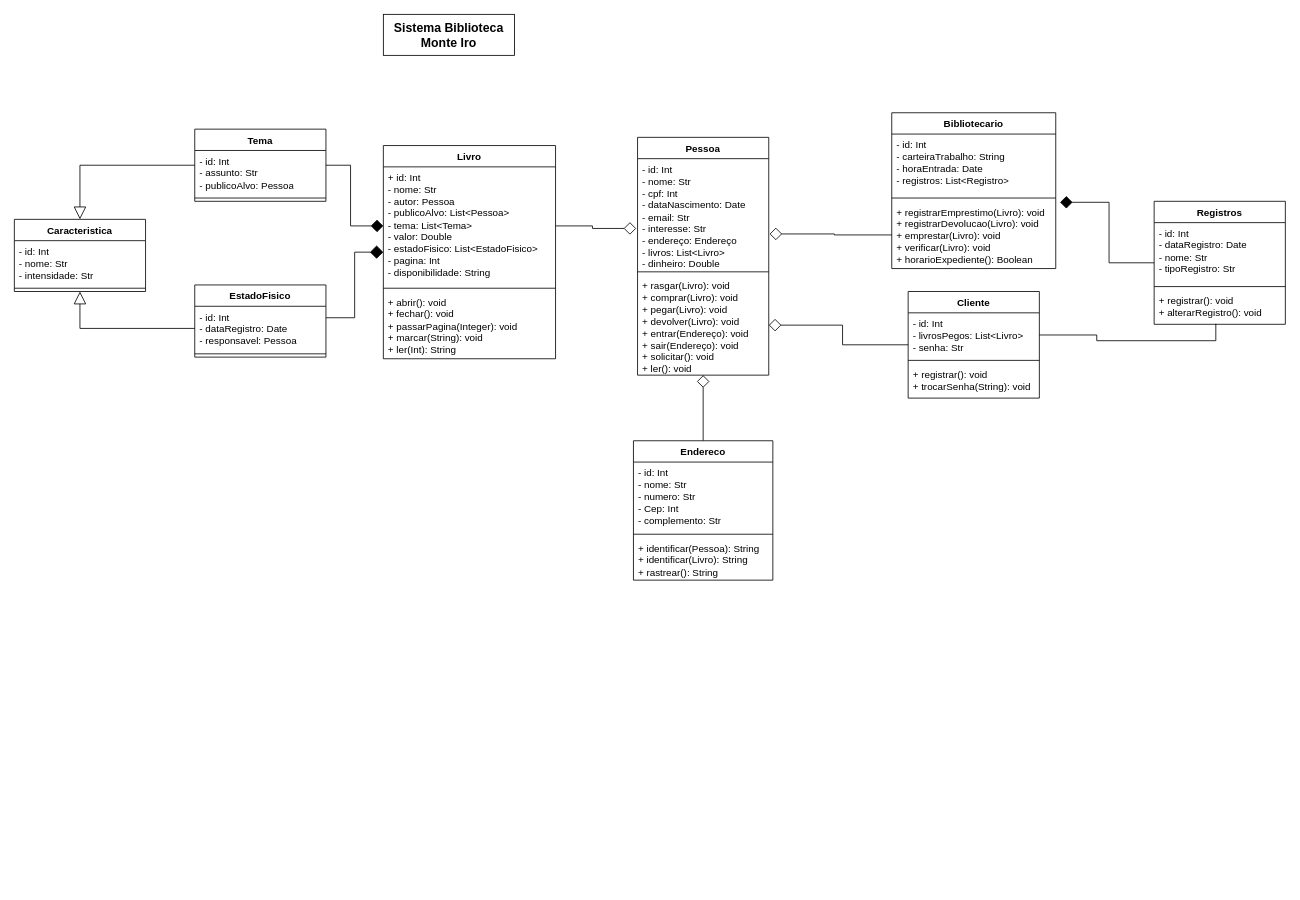
Sant-Thiago/Estudos keeps this draw.io diagram as SistemaBibliotecaUML.drawio. Above is the earlier version. Source tidied: cells renumbered, new cells numbered last; positions are measured from the earlier drawing's top-left corner, leaving out a move shared by most shapes. Both pictures are drawn from the tidied source at 82%, with x=0, y=0 at pixel (14, 14).
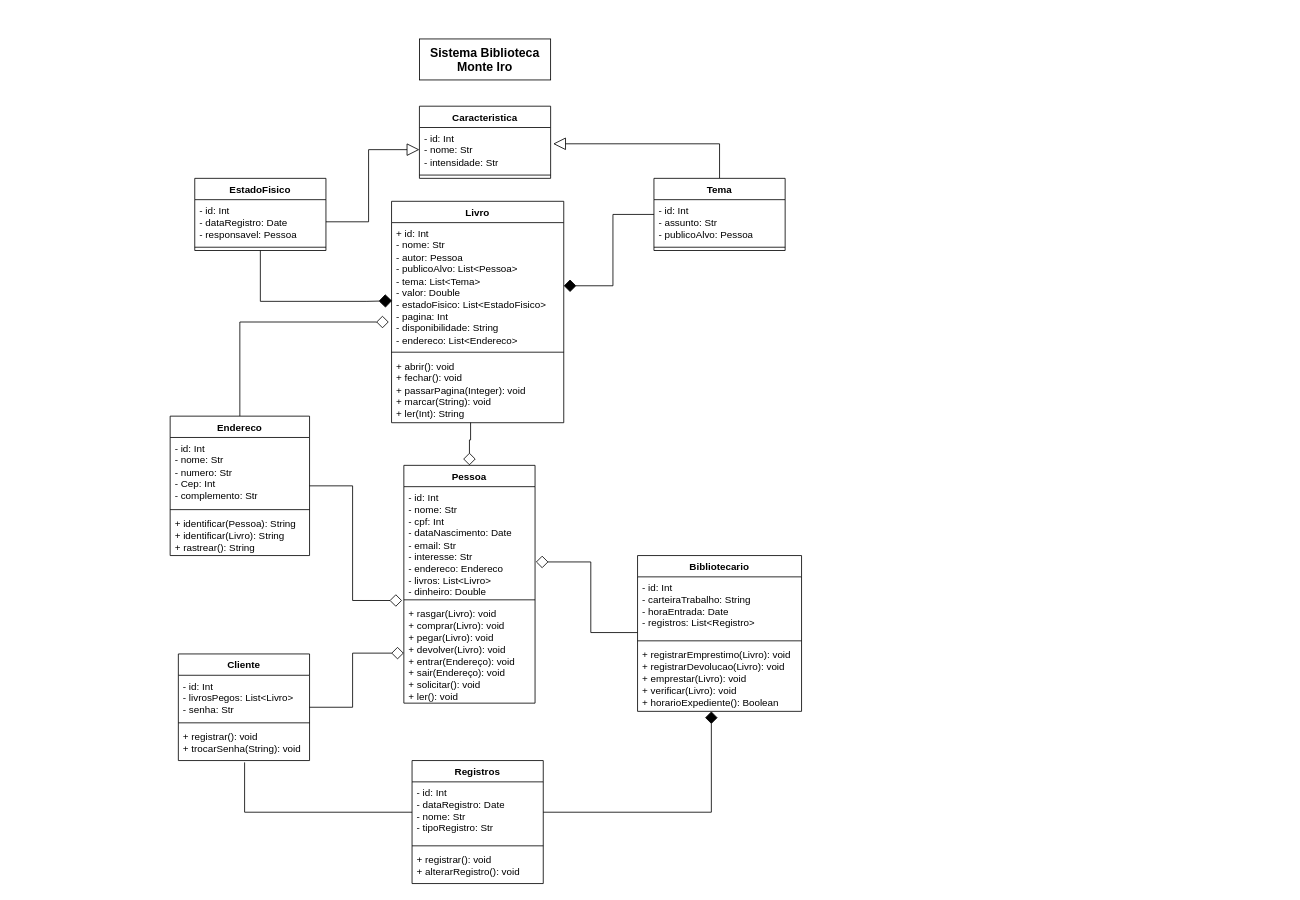
After the change.

Commit message:
última versão do uml

Unchanged cells that the change refers to:
```xml
<mxCell id="3" value="- id: Int&lt;div&gt;- dataRegistro: Date&lt;/div&gt;&lt;div&gt;- responsavel: Pessoa&lt;/div&gt;" style="text;strokeColor=none;fillColor=none;align=left;verticalAlign=top;spacingLeft=4;spacingRight=4;overflow=hidden;points=[[0,0.5],[1,0.5]];portConstraint=eastwest;whiteSpace=wrap;html=1;" parent="2" vertex="1">
  <mxGeometry y="26" width="160" height="54" as="geometry" />
</mxCell>
<mxCell id="8" value="+ rasgar(Livro): void&lt;div&gt;+ comprar(Livro): void&lt;/div&gt;&lt;div&gt;+ pegar(Livro): void&lt;/div&gt;&lt;div&gt;+ devolver(Livro): void&lt;/div&gt;&lt;div&gt;+ entrar(Endereço): void&lt;/div&gt;&lt;div&gt;+ sair(Endereço): void&lt;/div&gt;&lt;div&gt;+ solicitar(): void&lt;/div&gt;&lt;div&gt;+ ler(): void&lt;/div&gt;" style="text;strokeColor=none;fillColor=none;align=left;verticalAlign=top;spacingLeft=4;spacingRight=4;overflow=hidden;points=[[0,0.5],[1,0.5]];portConstraint=eastwest;whiteSpace=wrap;html=1;" parent="5" vertex="1">
  <mxGeometry y="168" width="160" height="122" as="geometry" />
</mxCell>
<mxCell id="20" value="- id: Int&lt;div&gt;- nome: Str&lt;/div&gt;&lt;div&gt;- intensidade: Str&lt;/div&gt;&lt;div&gt;&lt;br&gt;&lt;/div&gt;" style="text;strokeColor=none;fillColor=none;align=left;verticalAlign=top;spacingLeft=4;spacingRight=4;overflow=hidden;points=[[0,0.5],[1,0.5]];portConstraint=eastwest;whiteSpace=wrap;html=1;" parent="19" vertex="1">
  <mxGeometry y="26" width="160" height="54" as="geometry" />
</mxCell>
<mxCell id="26" value="- id: Int&lt;div&gt;&lt;span style=&quot;background-color: initial;&quot;&gt;- carteiraTrabalho: String&lt;/span&gt;&lt;br&gt;&lt;/div&gt;&lt;div&gt;- horaEntrada: Date&lt;/div&gt;&lt;div&gt;- registros: List&amp;lt;Registro&amp;gt;&lt;/div&gt;&lt;div&gt;&lt;br&gt;&lt;/div&gt;" style="text;strokeColor=none;fillColor=none;align=left;verticalAlign=top;spacingLeft=4;spacingRight=4;overflow=hidden;points=[[0,0.5],[1,0.5]];portConstraint=eastwest;whiteSpace=wrap;html=1;" parent="25" vertex="1">
  <mxGeometry y="26" width="200" height="74" as="geometry" />
</mxCell>
<mxCell id="28" value="+ registrarEmprestimo(Livro): void&lt;div&gt;+ registrarDevolucao(Livro): void&lt;/div&gt;&lt;div&gt;+ emprestar(Livro): void&lt;/div&gt;&lt;div&gt;+ verificar(Livro): void&lt;/div&gt;&lt;div&gt;+ horarioExpediente(): Boolean&lt;/div&gt;" style="text;strokeColor=none;fillColor=none;align=left;verticalAlign=top;spacingLeft=4;spacingRight=4;overflow=hidden;points=[[0,0.5],[1,0.5]];portConstraint=eastwest;whiteSpace=wrap;html=1;" parent="25" vertex="1">
  <mxGeometry y="108" width="200" height="82" as="geometry" />
</mxCell>
<mxCell id="30" value="- id: Int&lt;div&gt;- livrosPegos: List&amp;lt;Livro&amp;gt;&lt;/div&gt;&lt;div&gt;- senha: Str&lt;/div&gt;" style="text;strokeColor=none;fillColor=none;align=left;verticalAlign=top;spacingLeft=4;spacingRight=4;overflow=hidden;points=[[0,0.5],[1,0.5]];portConstraint=eastwest;whiteSpace=wrap;html=1;" parent="29" vertex="1">
  <mxGeometry y="26" width="160" height="54" as="geometry" />
</mxCell>
<mxCell id="32" value="+ registrar(): void&lt;div&gt;+ trocarSenha(String): void&lt;/div&gt;" style="text;strokeColor=none;fillColor=none;align=left;verticalAlign=top;spacingLeft=4;spacingRight=4;overflow=hidden;points=[[0,0.5],[1,0.5]];portConstraint=eastwest;whiteSpace=wrap;html=1;" parent="29" vertex="1">
  <mxGeometry y="88" width="160" height="42" as="geometry" />
</mxCell>
<mxCell id="41" value="- id: Int&lt;div&gt;- dataRegistro: Date&lt;/div&gt;&lt;div&gt;- nome: Str&lt;/div&gt;&lt;div&gt;- tipoRegistro: Str&lt;/div&gt;" style="text;strokeColor=none;fillColor=none;align=left;verticalAlign=top;spacingLeft=4;spacingRight=4;overflow=hidden;points=[[0,0.5],[1,0.5]];portConstraint=eastwest;whiteSpace=wrap;html=1;" parent="40" vertex="1">
  <mxGeometry y="26" width="160" height="74" as="geometry" />
</mxCell>
<mxCell id="43" value="+ registrar(): void&lt;div&gt;+ alterarRegistro(): void&lt;/div&gt;" style="text;strokeColor=none;fillColor=none;align=left;verticalAlign=top;spacingLeft=4;spacingRight=4;overflow=hidden;points=[[0,0.5],[1,0.5]];portConstraint=eastwest;whiteSpace=wrap;html=1;" parent="40" vertex="1">
  <mxGeometry y="108" width="160" height="42" as="geometry" />
</mxCell>
```

Diff of the diagram source:
```diff
@@
     <mxCell id="2" value="EstadoFisico" style="swimlane;fontStyle=1;align=center;verticalAlign=top;horizontal=1;startSize=26;whiteSpace=wrap;html=1;" parent="1" vertex="1">
-      <mxGeometry x="220" y="330" width="160" height="88" as="geometry" />
+      <mxGeometry x="220" y="200" width="160" height="88" as="geometry" />
     </mxCell>
@@
     <mxCell id="5" value="Pessoa" style="swimlane;fontStyle=1;align=center;verticalAlign=top;horizontal=1;startSize=26;whiteSpace=wrap;html=1;" parent="1" vertex="1">
-      <mxGeometry x="760" y="150" width="160" height="290" as="geometry" />
+      <mxGeometry x="475" y="550" width="160" height="290" as="geometry" />
     </mxCell>
-    <mxCell id="6" value="- id: Int&lt;div&gt;- nome: Str&lt;/div&gt;&lt;div&gt;- cpf: Int&lt;/div&gt;&lt;div&gt;- dataNascimento: Date&lt;/div&gt;&lt;div&gt;- email: Str&lt;/div&gt;&lt;div&gt;- interesse: Str&lt;/div&gt;&lt;div&gt;- endereço: Endereço&lt;/div&gt;&lt;div&gt;- livros: List&amp;lt;Livro&amp;gt;&lt;/div&gt;&lt;div&gt;- dinheiro: Double&lt;/div&gt;" style="text;strokeColor=none;fillColor=none;align=left;verticalAlign=top;spacingLeft=4;spacingRight=4;overflow=hidden;points=[[0,0.5],[1,0.5]];portConstraint=eastwest;whiteSpace=wrap;html=1;" parent="5" vertex="1">
+    <mxCell id="6" value="- id: Int&lt;div&gt;- nome: Str&lt;/div&gt;&lt;div&gt;- cpf: Int&lt;/div&gt;&lt;div&gt;- dataNascimento: Date&lt;/div&gt;&lt;div&gt;- email: Str&lt;/div&gt;&lt;div&gt;- interesse: Str&lt;/div&gt;&lt;div&gt;- endereco: Endereco&lt;/div&gt;&lt;div&gt;- livros: List&amp;lt;Livro&amp;gt;&lt;/div&gt;&lt;div&gt;- dinheiro: Double&lt;/div&gt;" style="text;strokeColor=none;fillColor=none;align=left;verticalAlign=top;spacingLeft=4;spacingRight=4;overflow=hidden;points=[[0,0.5],[1,0.5]];portConstraint=eastwest;whiteSpace=wrap;html=1;" parent="5" vertex="1">
       <mxGeometry y="26" width="160" height="134" as="geometry" />
     </mxCell>
@@
     <mxCell id="9" value="Livro" style="swimlane;fontStyle=1;align=center;verticalAlign=top;horizontal=1;startSize=26;whiteSpace=wrap;html=1;" parent="1" vertex="1">
-      <mxGeometry x="450" y="160" width="210" height="260" as="geometry" />
+      <mxGeometry x="460" y="228" width="210" height="270" as="geometry" />
     </mxCell>
-    <mxCell id="10" value="+ id: Int&lt;div&gt;- nome: Str&lt;/div&gt;&lt;div&gt;- autor: Pessoa&lt;/div&gt;&lt;div&gt;- publicoAlvo: List&amp;lt;Pessoa&amp;gt;&amp;nbsp;&lt;/div&gt;&lt;div&gt;- tema: List&amp;lt;Tema&amp;gt;&lt;/div&gt;&lt;div&gt;- valor: Double&lt;/div&gt;&lt;div&gt;- estadoFisico: List&amp;lt;EstadoFisico&amp;gt;&lt;/div&gt;&lt;div&gt;- pagina: Int&lt;/div&gt;&lt;div&gt;- disponibilidade: String&lt;/div&gt;" style="text;strokeColor=none;fillColor=none;align=left;verticalAlign=top;spacingLeft=4;spacingRight=4;overflow=hidden;points=[[0,0.5],[1,0.5]];portConstraint=eastwest;whiteSpace=wrap;html=1;" parent="9" vertex="1">
-      <mxGeometry y="26" width="210" height="144" as="geometry" />
+    <mxCell id="10" value="+ id: Int&lt;div&gt;- nome: Str&lt;/div&gt;&lt;div&gt;- autor: Pessoa&lt;/div&gt;&lt;div&gt;- publicoAlvo: List&amp;lt;Pessoa&amp;gt;&amp;nbsp;&lt;/div&gt;&lt;div&gt;- tema: List&amp;lt;Tema&amp;gt;&lt;/div&gt;&lt;div&gt;- valor: Double&lt;/div&gt;&lt;div&gt;- estadoFisico: List&amp;lt;EstadoFisico&amp;gt;&lt;/div&gt;&lt;div&gt;- pagina: Int&lt;/div&gt;&lt;div&gt;- disponibilidade: String&lt;/div&gt;&lt;div&gt;- endereco: List&amp;lt;Endereco&amp;gt;&lt;/div&gt;" style="text;strokeColor=none;fillColor=none;align=left;verticalAlign=top;spacingLeft=4;spacingRight=4;overflow=hidden;points=[[0,0.5],[1,0.5]];portConstraint=eastwest;whiteSpace=wrap;html=1;" parent="9" vertex="1">
+      <mxGeometry y="26" width="210" height="154" as="geometry" />
     </mxCell>
     <mxCell id="11" style="line;strokeWidth=1;fillColor=none;align=left;verticalAlign=middle;spacingTop=-1;spacingLeft=3;spacingRight=3;labelPosition=right;strokeColor=inherit;" parent="9" vertex="1">
-      <mxGeometry y="170" width="210" height="8" as="geometry" />
+      <mxGeometry y="180" width="210" height="8" as="geometry" />
     </mxCell>
     <mxCell id="12" value="+ abrir(): void&lt;div&gt;+ fechar(): void&lt;/div&gt;&lt;div&gt;+ passarPagina(Integer): void&lt;/div&gt;&lt;div&gt;+ marcar(String): void&lt;/div&gt;&lt;div&gt;+ ler(Int): String&lt;/div&gt;" style="text;strokeColor=none;fillColor=none;align=left;verticalAlign=top;spacingLeft=4;spacingRight=4;overflow=hidden;points=[[0,0.5],[1,0.5]];portConstraint=eastwest;whiteSpace=wrap;html=1;" parent="9" vertex="1">
-      <mxGeometry y="178" width="210" height="82" as="geometry" />
+      <mxGeometry y="188" width="210" height="82" as="geometry" />
     </mxCell>
-    <mxCell id="13" style="edgeStyle=orthogonalEdgeStyle;rounded=0;jettySize=auto;html=1;entryX=0.5;entryY=0;entryDx=0;entryDy=0;endArrow=block;endFill=0;endSize=13;" parent="1" edge="1" source="15" target="19">
+    <mxCell id="13" style="edgeStyle=orthogonalEdgeStyle;rounded=0;jettySize=auto;html=1;entryX=1.019;entryY=0.368;entryDx=0;entryDy=0;endArrow=block;endFill=0;endSize=13;entryPerimeter=0;" parent="1" edge="1" source="15" target="20">
       <mxGeometry relative="1" as="geometry" />
     </mxCell>
-    <mxCell id="14" style="edgeStyle=orthogonalEdgeStyle;rounded=0;jettySize=auto;html=1;entryX=0;entryY=0.5;entryDx=0;entryDy=0;endArrow=diamond;endFill=1;endSize=13;" parent="1" edge="1" source="15" target="10">
+    <mxCell id="14" style="edgeStyle=orthogonalEdgeStyle;rounded=0;jettySize=auto;html=1;endArrow=diamond;endFill=1;endSize=13;" parent="1" edge="1" source="15" target="10">
       <mxGeometry relative="1" as="geometry" />
     </mxCell>
     <mxCell id="15" value="Tema" style="swimlane;fontStyle=1;align=center;verticalAlign=top;horizontal=1;startSize=26;whiteSpace=wrap;html=1;" parent="1" vertex="1">
-      <mxGeometry x="220" y="140" width="160" height="88" as="geometry" />
+      <mxGeometry x="780" y="200" width="160" height="88" as="geometry" />
     </mxCell>
@@
     <mxCell id="18" value="&lt;b&gt;&lt;font style=&quot;font-size: 15px;&quot;&gt;Sistema Biblioteca Monte Iro&lt;/font&gt;&lt;/b&gt;" style="html=1;whiteSpace=wrap;" parent="1" vertex="1">
-      <mxGeometry x="450" width="160" height="50" as="geometry" />
+      <mxGeometry x="494" y="30" width="160" height="50" as="geometry" />
     </mxCell>
     <mxCell id="19" value="Caracteristica" style="swimlane;fontStyle=1;align=center;verticalAlign=top;horizontal=1;startSize=26;whiteSpace=wrap;html=1;" parent="1" vertex="1">
-      <mxGeometry y="250" width="160" height="88" as="geometry" />
+      <mxGeometry x="494" y="112" width="160" height="88" as="geometry" />
     </mxCell>
@@
-    <mxCell id="22" style="edgeStyle=orthogonalEdgeStyle;rounded=0;jettySize=auto;html=1;entryX=0.5;entryY=1;entryDx=0;entryDy=0;endArrow=block;endFill=0;endSize=13;" parent="1" edge="1" source="3" target="19">
+    <mxCell id="22" style="edgeStyle=orthogonalEdgeStyle;rounded=0;jettySize=auto;html=1;entryX=0;entryY=0.5;entryDx=0;entryDy=0;endArrow=block;endFill=0;endSize=13;" parent="1" edge="1" source="3" target="20">
       <mxGeometry relative="1" as="geometry" />
     </mxCell>
-    <mxCell id="23" style="edgeStyle=orthogonalEdgeStyle;rounded=0;orthogonalLoop=1;jettySize=auto;html=1;endArrow=diamond;endFill=1;endSize=14;" parent="1" edge="1">
+    <mxCell id="23" style="edgeStyle=orthogonalEdgeStyle;rounded=0;jettySize=auto;html=1;endArrow=diamond;endFill=1;endSize=14;exitX=0.5;exitY=1;exitDx=0;exitDy=0;entryX=0.003;entryY=0.619;entryDx=0;entryDy=0;entryPerimeter=0;" parent="1" edge="1" source="2" target="10">
       <mxGeometry relative="1" as="geometry">
-        <mxPoint x="380" y="370" as="sourcePoint" />
-        <mxPoint x="450" y="290" as="targetPoint" />
         <Array as="points">
-          <mxPoint x="380" y="370" />
-          <mxPoint x="415" y="370" />
-          <mxPoint x="415" y="290" />
+          <mxPoint x="300" y="350" />
+          <mxPoint x="430" y="350" />
         </Array>
       </mxGeometry>
     </mxCell>
-    <mxCell id="24" style="edgeStyle=orthogonalEdgeStyle;rounded=0;jettySize=auto;html=1;entryX=-0.01;entryY=0.635;entryDx=0;entryDy=0;entryPerimeter=0;endArrow=diamond;endFill=0;endSize=13;" parent="1" edge="1" source="10" target="6">
+    <mxCell id="24" style="edgeStyle=orthogonalEdgeStyle;rounded=0;jettySize=auto;html=1;entryX=0.5;entryY=0;entryDx=0;entryDy=0;endArrow=diamond;endFill=0;endSize=13;exitX=0.459;exitY=0.999;exitDx=0;exitDy=0;exitPerimeter=0;" parent="1" edge="1" source="12" target="5">
       <mxGeometry relative="1" as="geometry" />
     </mxCell>
     <mxCell id="25" value="Bibliotecario" style="swimlane;fontStyle=1;align=center;verticalAlign=top;horizontal=1;startSize=26;whiteSpace=wrap;html=1;" parent="1" vertex="1">
-      <mxGeometry x="1070" y="120" width="200" height="190" as="geometry" />
+      <mxGeometry x="760" y="660" width="200" height="190" as="geometry" />
     </mxCell>
@@
     <mxCell id="29" value="Cliente" style="swimlane;fontStyle=1;align=center;verticalAlign=top;horizontal=1;startSize=26;whiteSpace=wrap;html=1;" parent="1" vertex="1">
-      <mxGeometry x="1090" y="338" width="160" height="130" as="geometry" />
+      <mxGeometry x="200" y="780" width="160" height="130" as="geometry" />
     </mxCell>
@@
-    <mxCell id="33" style="edgeStyle=orthogonalEdgeStyle;rounded=0;jettySize=auto;html=1;entryX=1;entryY=0.5;entryDx=0;entryDy=0;endArrow=diamond;endFill=0;endSize=13;" parent="1" edge="1" source="29" target="8">
+    <mxCell id="33" style="edgeStyle=orthogonalEdgeStyle;rounded=0;jettySize=auto;html=1;entryX=0;entryY=0.5;entryDx=0;entryDy=0;endArrow=diamond;endFill=0;endSize=13;" parent="1" edge="1" source="29" target="8">
       <mxGeometry relative="1" as="geometry" />
     </mxCell>
-    <mxCell id="34" style="edgeStyle=orthogonalEdgeStyle;rounded=0;jettySize=auto;html=1;entryX=1.006;entryY=0.685;entryDx=0;entryDy=0;entryPerimeter=0;endArrow=diamond;endFill=0;endSize=13;" parent="1" edge="1" source="28" target="6">
-      <mxGeometry relative="1" as="geometry" />
+    <mxCell id="34" style="edgeStyle=orthogonalEdgeStyle;rounded=0;jettySize=auto;html=1;entryX=1.006;entryY=0.685;entryDx=0;entryDy=0;entryPerimeter=0;endArrow=diamond;endFill=0;endSize=13;exitX=-0.001;exitY=0.918;exitDx=0;exitDy=0;exitPerimeter=0;" parent="1" edge="1" source="26" target="6">
+      <mxGeometry relative="1" as="geometry">
+        <Array as="points">
+          <mxPoint x="703" y="754" />
+          <mxPoint x="703" y="668" />
+        </Array>
+      </mxGeometry>
     </mxCell>
-    <mxCell id="35" style="edgeStyle=orthogonalEdgeStyle;rounded=0;jettySize=auto;html=1;entryX=0.5;entryY=1;entryDx=0;entryDy=0;entryPerimeter=0;endArrow=diamond;endFill=0;endSize=13;" parent="1" edge="1" source="36" target="8">
+    <mxCell id="35" style="edgeStyle=orthogonalEdgeStyle;rounded=0;jettySize=auto;html=1;entryX=-0.013;entryY=1.036;entryDx=0;entryDy=0;entryPerimeter=0;endArrow=diamond;endFill=0;endSize=13;" parent="1" edge="1" source="36" target="6">
       <mxGeometry relative="1" as="geometry" />
     </mxCell>
+    <mxCell id="46" style="edgeStyle=orthogonalEdgeStyle;rounded=0;jettySize=auto;html=1;fontSize=12;startSize=8;endSize=13;entryX=-0.016;entryY=0.787;entryDx=0;entryDy=0;entryPerimeter=0;endArrow=diamond;endFill=0;" parent="1" edge="1" source="36" target="10">
+      <mxGeometry relative="1" as="geometry" />
+    </mxCell>
     <mxCell id="36" value="Endereco" style="swimlane;fontStyle=1;align=center;verticalAlign=top;horizontal=1;startSize=26;whiteSpace=wrap;html=1;" parent="1" vertex="1">
-      <mxGeometry x="755" y="520" width="170" height="170" as="geometry" />
+      <mxGeometry x="190" y="490" width="170" height="170" as="geometry" />
     </mxCell>
@@
     <mxCell id="40" value="Registros" style="swimlane;fontStyle=1;align=center;verticalAlign=top;horizontal=1;startSize=26;whiteSpace=wrap;html=1;" parent="1" vertex="1">
-      <mxGeometry x="1390" y="228" width="160" height="150" as="geometry" />
+      <mxGeometry x="485" y="910" width="160" height="150" as="geometry" />
     </mxCell>
@@
-    <mxCell id="44" style="edgeStyle=orthogonalEdgeStyle;rounded=0;jettySize=auto;html=1;entryX=1.026;entryY=0.015;entryDx=0;entryDy=0;entryPerimeter=0;endArrow=diamond;endFill=1;endSize=13;" parent="1" edge="1" source="40" target="28">
+    <mxCell id="44" style="edgeStyle=orthogonalEdgeStyle;rounded=0;jettySize=auto;html=1;entryX=0.45;entryY=1;entryDx=0;entryDy=0;entryPerimeter=0;endArrow=diamond;endFill=1;endSize=13;exitX=1;exitY=0.5;exitDx=0;exitDy=0;" parent="1" edge="1" source="41" target="28">
       <mxGeometry relative="1" as="geometry" />
     </mxCell>
-    <mxCell id="45" style="edgeStyle=orthogonalEdgeStyle;rounded=0;jettySize=auto;html=1;entryX=0.47;entryY=0.983;entryDx=0;entryDy=0;entryPerimeter=0;endArrow=none;endFill=0;" parent="1" edge="1" source="30" target="43">
-      <mxGeometry relative="1" as="geometry" />
+    <mxCell id="45" style="edgeStyle=orthogonalEdgeStyle;rounded=0;jettySize=auto;html=1;entryX=0;entryY=0.5;entryDx=0;entryDy=0;endArrow=none;endFill=0;exitX=0.505;exitY=1.053;exitDx=0;exitDy=0;exitPerimeter=0;" parent="1" edge="1" source="32" target="41">
+      <mxGeometry relative="1" as="geometry">
+        <Array as="points">
+          <mxPoint x="281" y="973" />
+        </Array>
+      </mxGeometry>
     </mxCell>
```
